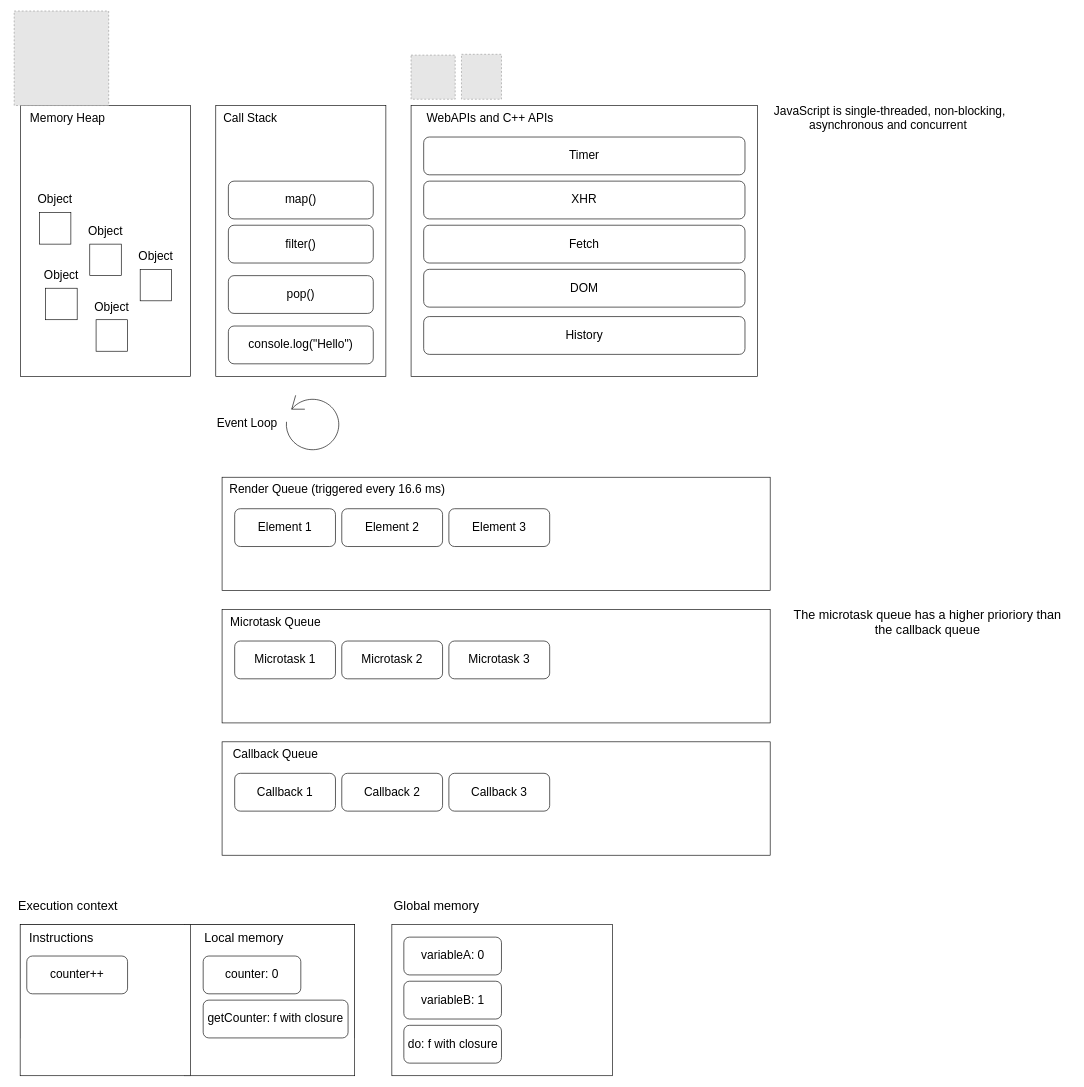
gabrielsanttana/diagrams keeps this draw.io diagram as V8Engine.drawio. Above is the earlier version. Source tidied: cells renumbered, new cells numbered last; positions are measured from the earlier drawing's top-left corner, leaving out a move shared by most shapes. Both pictures are drawn from the tidied source at 63%, with x=0, y=0 at pixel (11, 11). Pictures stored in the file or linked from it are replaced by grey dashed boxes.
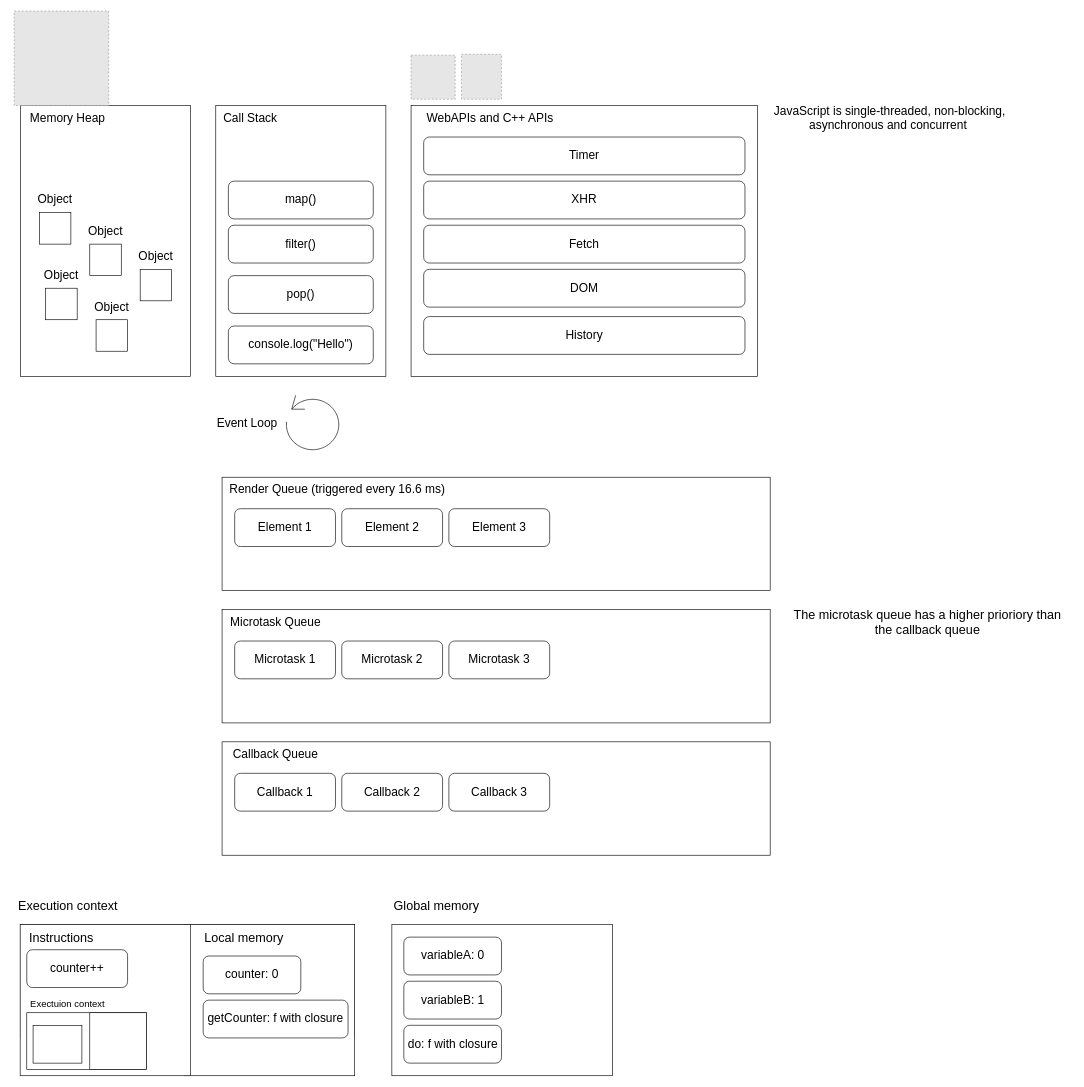
The same diagram, later.

The edit, as a diff of the source:
```diff
@@
     <mxCell id="53" value="counter++" style="rounded=1;whiteSpace=wrap;html=1;fontSize=19;" parent="1" vertex="1">
-      <mxGeometry x="25" y="1500" width="160" height="60" as="geometry" />
+      <mxGeometry x="25" y="1490" width="160" height="60" as="geometry" />
     </mxCell>
@@
+    <mxCell id="63" style="rounded=0;whiteSpace=wrap;html=1;" parent="1" vertex="1">
+      <mxGeometry x="25" y="1590" width="190" height="90" as="geometry" />
+    </mxCell>
+    <mxCell id="64" value="Exectuion context" style="text;html=1;strokeColor=none;fillColor=none;align=center;verticalAlign=middle;whiteSpace=wrap;rounded=0;fontSize=15;" parent="1" vertex="1">
+      <mxGeometry x="25" y="1560" width="130" height="30" as="geometry" />
+    </mxCell>
+    <mxCell id="65" style="rounded=0;whiteSpace=wrap;html=1;fontSize=15;" parent="1" vertex="1">
+      <mxGeometry x="125" y="1590" width="90" height="90" as="geometry" />
+    </mxCell>
+    <mxCell id="66" style="rounded=0;whiteSpace=wrap;html=1;fontSize=15;" parent="1" vertex="1">
+      <mxGeometry x="35" y="1610" width="77.5" height="60" as="geometry" />
+    </mxCell>
```
